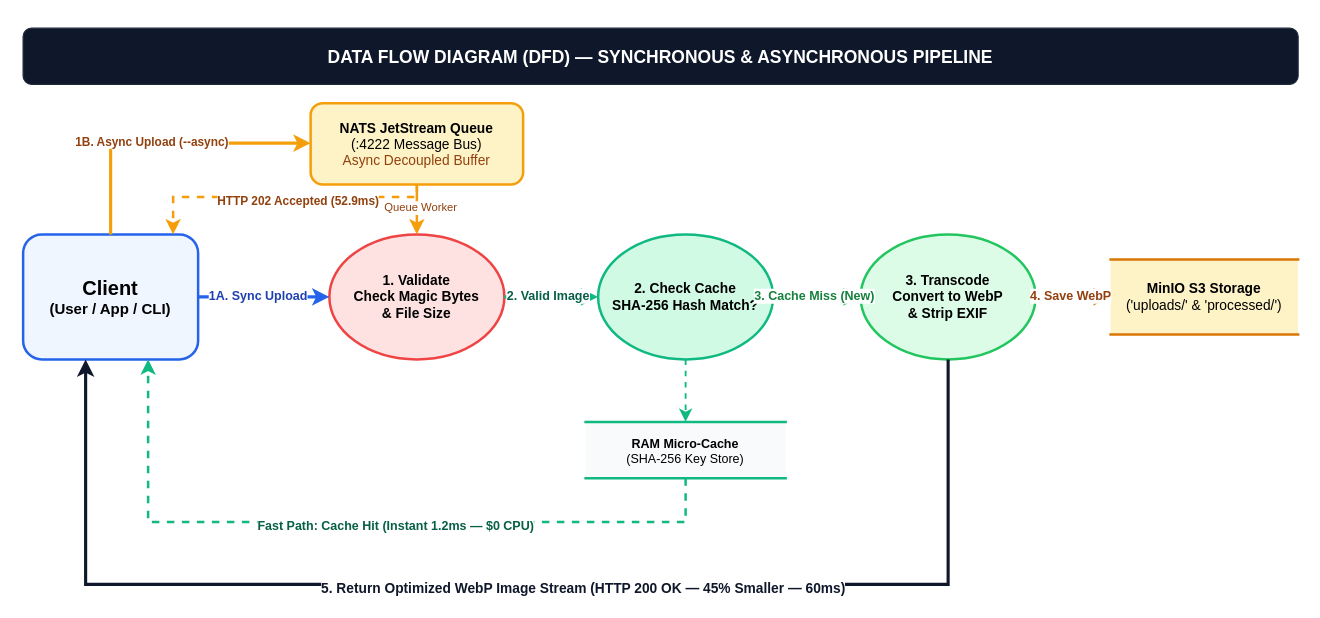
The draw.io diagram architecture_diagrams/dfd.drawio in qadeeraay/serverless-cost-pipeline, before the edit. Source tidied: cells renumbered, new cells numbered last; positions are measured from the earlier drawing's top-left corner, leaving out a move shared by most shapes. Both pictures are drawn from the tidied source at 125%, with x=0, y=0 at pixel (22, 28).
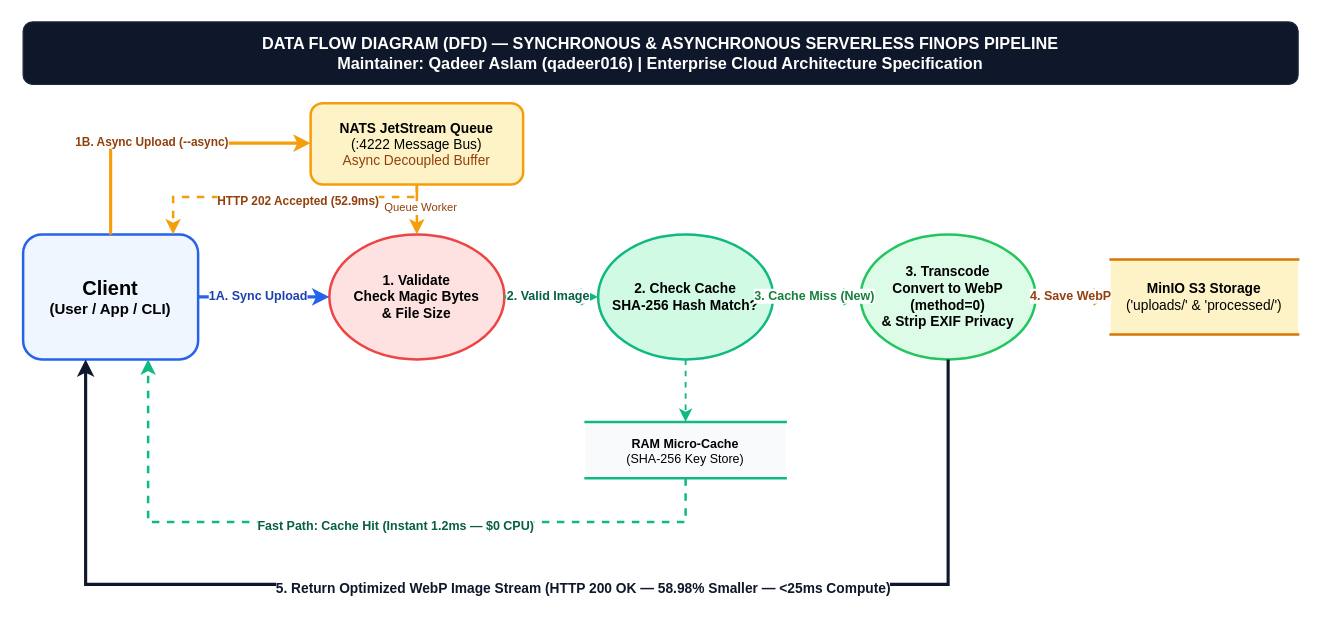
Above is the later version.

Commit message (it also covers changes not shown here):
docs(diagrams): synchronize all drawio and mermaid architecture diagrams with live pipeline state

The change refers to these unchanged cells:
```xml
<mxCell id="27" style="edgeStyle=orthogonalEdgeStyle;rounded=0;jettySize=auto;html=1;strokeColor=#0f172a;strokeWidth=2.5;" parent="1" edge="1" source="8" target="3">
  <mxGeometry relative="1" as="geometry">
    <Array as="points">
      <mxPoint x="740" y="445" />
      <mxPoint x="50" y="445" />
    </Array>
  </mxGeometry>
</mxCell>
```

Change to the diagram source:
```diff
@@
-    <mxCell id="2" value="DATA FLOW DIAGRAM (DFD) — SYNCHRONOUS &amp; ASYNCHRONOUS PIPELINE" style="rounded=1;whiteSpace=wrap;html=1;fillColor=#0f172a;strokeColor=#1e293b;fontColor=#ffffff;fontSize=14;fontStyle=1;align=center;" parent="1" vertex="1">
-      <mxGeometry width="1020" height="45" as="geometry" />
+    <mxCell id="2" value="DATA FLOW DIAGRAM (DFD) — SYNCHRONOUS &amp; ASYNCHRONOUS SERVERLESS FINOPS PIPELINE&#10;Maintainer: Qadeer Aslam (qadeer016) | Enterprise Cloud Architecture Specification" style="rounded=1;whiteSpace=wrap;html=1;fillColor=#0f172a;strokeColor=#1e293b;fontColor=#ffffff;fontSize=13;fontStyle=1;align=center;" parent="1" vertex="1">
+      <mxGeometry y="-5" width="1020" height="50" as="geometry" />
     </mxCell>
@@
-    <mxCell id="8" value="&lt;b&gt;3. Transcode&lt;/b&gt;&lt;br&gt;Convert to WebP&lt;br&gt;&amp; Strip EXIF" style="ellipse;whiteSpace=wrap;html=1;fillColor=#dcfce7;strokeColor=#22c55e;strokeWidth=2;fontSize=11;align=center;fontStyle=1;" parent="1" vertex="1">
+    <mxCell id="8" value="&lt;b&gt;3. Transcode&lt;/b&gt;&lt;br&gt;Convert to WebP (method=0)&lt;br&gt;&amp; Strip EXIF Privacy" style="ellipse;whiteSpace=wrap;html=1;fillColor=#dcfce7;strokeColor=#22c55e;strokeWidth=2;fontSize=11;align=center;fontStyle=1;" parent="1" vertex="1">
       <mxGeometry x="670" y="165" width="140" height="100" as="geometry" />
     </mxCell>
@@
-    <mxCell id="28" value="5. Return Optimized WebP Image Stream (HTTP 200 OK — 45% Smaller — 60ms)" style="edgeLabel;html=1;align=center;verticalAlign=middle;fontSize=11;fontStyle=1;fontColor=#0f172a;backgroundColor=#ffffff;" parent="27" vertex="1">
+    <mxCell id="28" value="5. Return Optimized WebP Image Stream (HTTP 200 OK — 58.98% Smaller — &lt;25ms Compute)" style="edgeLabel;html=1;align=center;verticalAlign=middle;fontSize=11;fontStyle=1;fontColor=#0f172a;backgroundColor=#ffffff;" parent="27" vertex="1">
       <mxGeometry x="-0.1" y="2" relative="1" as="geometry" />
     </mxCell>
```
